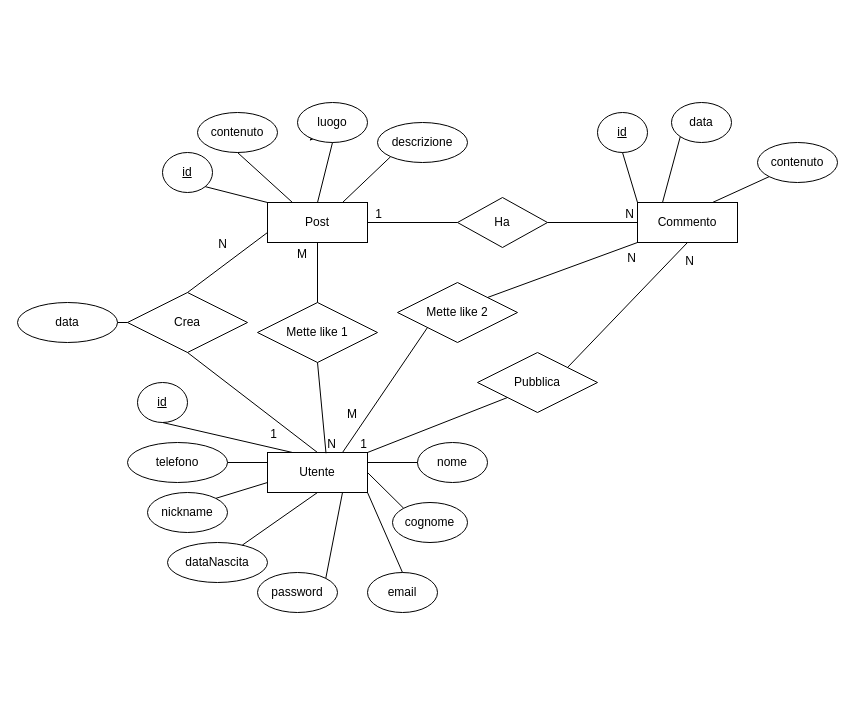
The draw.io diagram page "Page-1" (1 of 2) of diagrams/DB Sportify.drawio in Francywott/Sportify, before the edit. Source tidied: cells renumbered, new cells numbered last; positions are measured from the earlier drawing's top-left corner, leaving out a move shared by most shapes. Both pictures are drawn from the tidied source at 100%, with x=0, y=0 at pixel (17, 102).
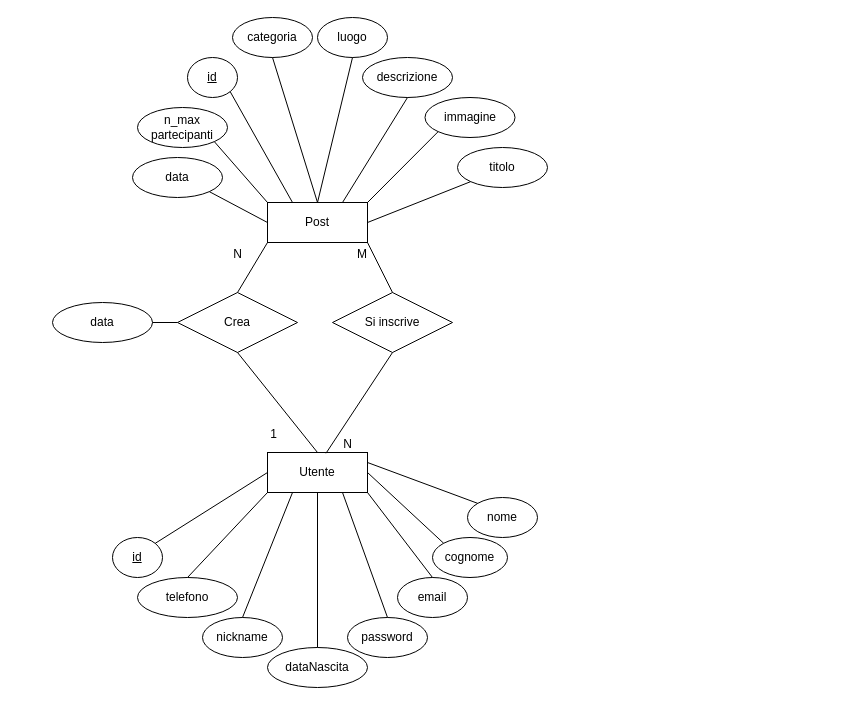
The same page after the edit.

The change refers to these unchanged cells:
```xml
<mxCell id="2" value="Utente" style="whiteSpace=wrap;html=1;align=center;" parent="1" vertex="1">
  <mxGeometry x="250" y="350" width="100" height="40" as="geometry" />
</mxCell>
<mxCell id="22" value="Post" style="whiteSpace=wrap;html=1;align=center;" parent="1" vertex="1">
  <mxGeometry x="250" y="100" width="100" height="40" as="geometry" />
</mxCell>
<mxCell id="37" style="endArrow=none;html=1;rounded=0;entryX=0.585;entryY=0.019;entryDx=0;entryDy=0;entryPerimeter=0;exitX=0.5;exitY=1;exitDx=0;exitDy=0;" parent="1" edge="1" source="36" target="2">
  <mxGeometry relative="1" as="geometry" />
</mxCell>
```

What changed in the source:
```diff
@@
     <mxCell id="3" value="id" style="ellipse;whiteSpace=wrap;html=1;align=center;fontStyle=4;" parent="1" vertex="1">
-      <mxGeometry x="120" y="280" width="50" height="40" as="geometry" />
+      <mxGeometry x="95" y="435" width="50" height="40" as="geometry" />
     </mxCell>
-    <mxCell id="4" style="endArrow=none;html=1;rounded=0;exitX=0.5;exitY=1;exitDx=0;exitDy=0;entryX=0.25;entryY=0;entryDx=0;entryDy=0;" parent="1" edge="1" source="3" target="2">
+    <mxCell id="4" style="endArrow=none;html=1;rounded=0;exitX=1;exitY=0;exitDx=0;exitDy=0;entryX=0;entryY=0.5;entryDx=0;entryDy=0;" parent="1" edge="1" source="3" target="2">
       <mxGeometry relative="1" as="geometry" />
     </mxCell>
     <mxCell id="5" value="nome" style="ellipse;whiteSpace=wrap;html=1;align=center;" parent="1" vertex="1">
-      <mxGeometry x="400" y="340" width="70" height="40" as="geometry" />
+      <mxGeometry x="450" y="395" width="70" height="40" as="geometry" />
     </mxCell>
-    <mxCell id="6" style="endArrow=none;html=1;rounded=0;entryX=0;entryY=0.5;entryDx=0;entryDy=0;exitX=1;exitY=0.25;exitDx=0;exitDy=0;" parent="1" edge="1" source="2" target="5">
+    <mxCell id="6" style="endArrow=none;html=1;rounded=0;entryX=0;entryY=0;entryDx=0;entryDy=0;exitX=1;exitY=0.25;exitDx=0;exitDy=0;" parent="1" edge="1" source="2" target="5">
       <mxGeometry relative="1" as="geometry" />
     </mxCell>
     <mxCell id="7" value="cognome" style="ellipse;whiteSpace=wrap;html=1;align=center;" parent="1" vertex="1">
-      <mxGeometry x="375" y="400" width="75" height="40" as="geometry" />
+      <mxGeometry x="415" y="435" width="75" height="40" as="geometry" />
     </mxCell>
@@
     <mxCell id="9" value="email" style="ellipse;whiteSpace=wrap;html=1;align=center;" parent="1" vertex="1">
-      <mxGeometry x="350" y="470" width="70" height="40" as="geometry" />
+      <mxGeometry x="380" y="475" width="70" height="40" as="geometry" />
     </mxCell>
@@
     <mxCell id="11" value="password" style="ellipse;whiteSpace=wrap;html=1;align=center;" parent="1" vertex="1">
-      <mxGeometry x="240" y="470" width="80" height="40" as="geometry" />
+      <mxGeometry x="330" y="515" width="80" height="40" as="geometry" />
     </mxCell>
-    <mxCell id="12" style="endArrow=none;html=1;rounded=0;entryX=0.75;entryY=1;entryDx=0;entryDy=0;exitX=1;exitY=0;exitDx=0;exitDy=0;" parent="1" edge="1" source="11" target="2">
+    <mxCell id="12" style="endArrow=none;html=1;rounded=0;entryX=0.75;entryY=1;entryDx=0;entryDy=0;exitX=0.5;exitY=0;exitDx=0;exitDy=0;" parent="1" edge="1" source="11" target="2">
       <mxGeometry relative="1" as="geometry" />
     </mxCell>
     <mxCell id="13" value="dataNascita" style="ellipse;whiteSpace=wrap;html=1;align=center;" parent="1" vertex="1">
-      <mxGeometry x="150" y="440" width="100" height="40" as="geometry" />
+      <mxGeometry x="250" y="545" width="100" height="40" as="geometry" />
     </mxCell>
@@
     <mxCell id="15" value="nickname" style="ellipse;whiteSpace=wrap;html=1;align=center;" parent="1" vertex="1">
-      <mxGeometry x="130" y="390" width="80" height="40" as="geometry" />
+      <mxGeometry x="185" y="515" width="80" height="40" as="geometry" />
     </mxCell>
-    <mxCell id="16" style="endArrow=none;html=1;rounded=0;exitX=1;exitY=0;exitDx=0;exitDy=0;entryX=0;entryY=0.75;entryDx=0;entryDy=0;" parent="1" edge="1" source="15" target="2">
-      <mxGeometry relative="1" as="geometry" />
+    <mxCell id="16" style="endArrow=none;html=1;rounded=0;entryX=0.25;entryY=1;entryDx=0;entryDy=0;" parent="1" edge="1" target="2">
+      <mxGeometry relative="1" as="geometry">
+        <mxPoint x="225" y="515" as="sourcePoint" />
+      </mxGeometry>
     </mxCell>
     <mxCell id="17" value="telefono" style="ellipse;whiteSpace=wrap;html=1;align=center;" parent="1" vertex="1">
-      <mxGeometry x="110" y="340" width="100" height="40" as="geometry" />
+      <mxGeometry x="120" y="475" width="100" height="40" as="geometry" />
     </mxCell>
-    <mxCell id="18" style="endArrow=none;html=1;rounded=0;exitX=1;exitY=0.5;exitDx=0;exitDy=0;entryX=0;entryY=0.25;entryDx=0;entryDy=0;" parent="1" edge="1" source="17" target="2">
+    <mxCell id="18" style="endArrow=none;html=1;rounded=0;exitX=0.5;exitY=0;exitDx=0;exitDy=0;entryX=0;entryY=1;entryDx=0;entryDy=0;" parent="1" edge="1" source="17" target="2">
       <mxGeometry relative="1" as="geometry" />
     </mxCell>
     <mxCell id="19" value="Crea" style="shape=rhombus;perimeter=rhombusPerimeter;whiteSpace=wrap;html=1;align=center;" parent="1" vertex="1">
-      <mxGeometry x="110" y="190" width="120" height="60" as="geometry" />
+      <mxGeometry x="160" y="190" width="120" height="60" as="geometry" />
     </mxCell>
     <mxCell id="20" value="data" style="ellipse;whiteSpace=wrap;html=1;align=center;" parent="1" vertex="1">
-      <mxGeometry y="200" width="100" height="40" as="geometry" />
+      <mxGeometry x="35" y="200" width="100" height="40" as="geometry" />
     </mxCell>
@@
-    <mxCell id="25" style="endArrow=none;html=1;rounded=0;entryX=0;entryY=0.75;entryDx=0;entryDy=0;exitX=0.5;exitY=0;exitDx=0;exitDy=0;" parent="1" edge="1" source="19" target="22">
+    <mxCell id="25" style="endArrow=none;html=1;rounded=0;entryX=0;entryY=1;entryDx=0;entryDy=0;exitX=0.5;exitY=0;exitDx=0;exitDy=0;" parent="1" edge="1" source="19" target="22">
       <mxGeometry relative="1" as="geometry" />
     </mxCell>
     <mxCell id="26" value="N" style="html=1;align=right;verticalAlign=bottom;" parent="25" vertex="1">
       <mxGeometry x="1" relative="1" as="geometry">
-        <mxPoint x="-40" y="20" as="offset" />
+        <mxPoint x="-25" y="20" as="offset" />
       </mxGeometry>
     </mxCell>
     <mxCell id="27" value="id" style="ellipse;whiteSpace=wrap;html=1;align=center;fontStyle=4;" parent="1" vertex="1">
-      <mxGeometry x="145" y="50" width="50" height="40" as="geometry" />
+      <mxGeometry x="170" y="-45" width="50" height="40" as="geometry" />
     </mxCell>
-    <mxCell id="28" style="endArrow=none;html=1;rounded=0;entryX=1;entryY=1;entryDx=0;entryDy=0;exitX=0;exitY=0;exitDx=0;exitDy=0;" parent="1" edge="1" source="22" target="27">
+    <mxCell id="28" style="endArrow=none;html=1;rounded=0;entryX=1;entryY=1;entryDx=0;entryDy=0;exitX=0.25;exitY=0;exitDx=0;exitDy=0;" parent="1" edge="1" source="22" target="27">
       <mxGeometry relative="1" as="geometry" />
     </mxCell>
-    <mxCell id="29" value="contenuto" style="ellipse;whiteSpace=wrap;html=1;align=center;" parent="1" vertex="1">
-      <mxGeometry x="180" y="10" width="80" height="40" as="geometry" />
+    <mxCell id="29" value="categoria" style="ellipse;whiteSpace=wrap;html=1;align=center;" parent="1" vertex="1">
+      <mxGeometry x="215" y="-85" width="80" height="40" as="geometry" />
     </mxCell>
-    <mxCell id="30" style="endArrow=none;html=1;rounded=0;entryX=0.5;entryY=1;entryDx=0;entryDy=0;exitX=0.25;exitY=0;exitDx=0;exitDy=0;" parent="1" edge="1" source="22" target="29">
+    <mxCell id="30" style="endArrow=none;html=1;rounded=0;entryX=0.5;entryY=1;entryDx=0;entryDy=0;exitX=0.5;exitY=0;exitDx=0;exitDy=0;" parent="1" edge="1" source="22" target="29">
       <mxGeometry relative="1" as="geometry" />
     </mxCell>
-    <mxCell id="31" style="edgeStyle=orthogonalEdgeStyle;rounded=0;jettySize=auto;html=1;exitX=0;exitY=1;exitDx=0;exitDy=0;" parent="1" edge="1" source="32">
-      <mxGeometry relative="1" as="geometry">
-        <mxPoint x="300.9" y="34.6" as="targetPoint" />
-      </mxGeometry>
-    </mxCell>
     <mxCell id="32" value="luogo" style="ellipse;whiteSpace=wrap;html=1;align=center;" parent="1" vertex="1">
-      <mxGeometry x="280" width="70" height="40" as="geometry" />
+      <mxGeometry x="300" y="-85" width="70" height="40" as="geometry" />
     </mxCell>
@@
     <mxCell id="34" value="descrizione" style="ellipse;whiteSpace=wrap;html=1;align=center;" parent="1" vertex="1">
-      <mxGeometry x="360" y="20" width="90" height="40" as="geometry" />
+      <mxGeometry x="345" y="-45" width="90" height="40" as="geometry" />
     </mxCell>
-    <mxCell id="35" style="endArrow=none;html=1;rounded=0;exitX=0.75;exitY=0;exitDx=0;exitDy=0;entryX=0;entryY=1;entryDx=0;entryDy=0;" parent="1" edge="1" source="22" target="34">
+    <mxCell id="35" style="endArrow=none;html=1;rounded=0;exitX=0.75;exitY=0;exitDx=0;exitDy=0;entryX=0.5;entryY=1;entryDx=0;entryDy=0;" parent="1" edge="1" source="22" target="34">
       <mxGeometry relative="1" as="geometry" />
     </mxCell>
-    <mxCell id="36" value="Mette like 1" style="shape=rhombus;perimeter=rhombusPerimeter;whiteSpace=wrap;html=1;align=center;" parent="1" vertex="1">
-      <mxGeometry x="240" y="200" width="120" height="60" as="geometry" />
+    <mxCell id="36" value="Si inscrive" style="shape=rhombus;perimeter=rhombusPerimeter;whiteSpace=wrap;html=1;align=center;" parent="1" vertex="1">
+      <mxGeometry x="315" y="190" width="120" height="60" as="geometry" />
     </mxCell>
@@
     <mxCell id="38" value="N" style="html=1;align=right;verticalAlign=bottom;" parent="37" vertex="1">
       <mxGeometry x="1" relative="1" as="geometry">
-        <mxPoint x="11" y="-1" as="offset" />
+        <mxPoint x="27" y="-1" as="offset" />
       </mxGeometry>
     </mxCell>
-    <mxCell id="39" style="endArrow=none;html=1;rounded=0;entryX=0.5;entryY=1;entryDx=0;entryDy=0;exitX=0.5;exitY=0;exitDx=0;exitDy=0;" parent="1" edge="1" source="36" target="22">
+    <mxCell id="39" style="endArrow=none;html=1;rounded=0;entryX=1;entryY=1;entryDx=0;entryDy=0;exitX=0.5;exitY=0;exitDx=0;exitDy=0;" parent="1" edge="1" source="36" target="22">
       <mxGeometry relative="1" as="geometry" />
     </mxCell>
     <mxCell id="40" value="M" style="html=1;align=right;verticalAlign=bottom;" parent="39" vertex="1">
       <mxGeometry x="1" relative="1" as="geometry">
-        <mxPoint x="-10" y="20" as="offset" />
+        <mxPoint y="20" as="offset" />
       </mxGeometry>
     </mxCell>
-    <mxCell id="41" value="Ha" style="shape=rhombus;perimeter=rhombusPerimeter;whiteSpace=wrap;html=1;align=center;" parent="1" vertex="1">
-      <mxGeometry x="440" y="95" width="90" height="50" as="geometry" />
-    </mxCell>
-    <mxCell id="42" value="Commento" style="whiteSpace=wrap;html=1;align=center;" parent="1" vertex="1">
-      <mxGeometry x="620" y="100" width="100" height="40" as="geometry" />
-    </mxCell>
-    <mxCell id="43" style="endArrow=none;html=1;rounded=0;entryX=1;entryY=0.5;entryDx=0;entryDy=0;exitX=0;exitY=0.5;exitDx=0;exitDy=0;" parent="1" edge="1" source="41" target="22">
-      <mxGeometry relative="1" as="geometry" />
-    </mxCell>
-    <mxCell id="44" value="1" style="html=1;align=right;verticalAlign=bottom;" parent="43" vertex="1">
-      <mxGeometry x="1" relative="1" as="geometry">
-        <mxPoint x="15" as="offset" />
-      </mxGeometry>
-    </mxCell>
-    <mxCell id="45" style="endArrow=none;html=1;rounded=0;entryX=0;entryY=0.5;entryDx=0;entryDy=0;exitX=1;exitY=0.5;exitDx=0;exitDy=0;" parent="1" edge="1" source="41" target="42">
-      <mxGeometry relative="1" as="geometry" />
-    </mxCell>
-    <mxCell id="46" value="N" style="html=1;align=right;verticalAlign=bottom;" parent="45" vertex="1">
-      <mxGeometry x="1" relative="1" as="geometry">
-        <mxPoint x="-3" as="offset" />
-      </mxGeometry>
-    </mxCell>
-    <mxCell id="47" value="id" style="ellipse;whiteSpace=wrap;html=1;align=center;fontStyle=4;" parent="1" vertex="1">
-      <mxGeometry x="580" y="10" width="50" height="40" as="geometry" />
-    </mxCell>
-    <mxCell id="48" style="endArrow=none;html=1;rounded=0;entryX=0.5;entryY=1;entryDx=0;entryDy=0;exitX=0;exitY=0;exitDx=0;exitDy=0;" parent="1" edge="1" source="42" target="47">
-      <mxGeometry relative="1" as="geometry" />
-    </mxCell>
+    <mxCell id="63" value="immagine" style="ellipse;whiteSpace=wrap;html=1;align=center;" parent="1" vertex="1">
+      <mxGeometry x="407.5" y="-5" width="90" height="40" as="geometry" />
+    </mxCell>
+    <mxCell id="64" style="endArrow=none;html=1;rounded=0;exitX=1;exitY=0;exitDx=0;exitDy=0;entryX=0;entryY=1;entryDx=0;entryDy=0;" parent="1" edge="1" source="22" target="63">
+      <mxGeometry relative="1" as="geometry" />
+    </mxCell>
+    <mxCell id="65" value="titolo" style="ellipse;whiteSpace=wrap;html=1;align=center;" parent="1" vertex="1">
+      <mxGeometry x="440" y="45" width="90" height="40" as="geometry" />
+    </mxCell>
     <mxCell id="49" value="data" style="ellipse;whiteSpace=wrap;html=1;align=center;" parent="1" vertex="1">
-      <mxGeometry x="654" width="60" height="40" as="geometry" />
+      <mxGeometry x="115" y="55" width="90" height="40" as="geometry" />
     </mxCell>
-    <mxCell id="50" style="endArrow=none;html=1;rounded=0;entryX=0;entryY=1;entryDx=0;entryDy=0;exitX=0.25;exitY=0;exitDx=0;exitDy=0;" parent="1" edge="1" source="42" target="49">
-      <mxGeometry relative="1" as="geometry" />
-    </mxCell>
-    <mxCell id="51" value="contenuto" style="ellipse;whiteSpace=wrap;html=1;align=center;" parent="1" vertex="1">
-      <mxGeometry x="740" y="40" width="80" height="40" as="geometry" />
-    </mxCell>
-    <mxCell id="52" style="endArrow=none;html=1;rounded=0;entryX=0;entryY=1;entryDx=0;entryDy=0;exitX=0.75;exitY=0;exitDx=0;exitDy=0;" parent="1" edge="1" source="42" target="51">
-      <mxGeometry relative="1" as="geometry" />
-    </mxCell>
-    <mxCell id="53" value="Mette like 2" style="shape=rhombus;perimeter=rhombusPerimeter;whiteSpace=wrap;html=1;align=center;" parent="1" vertex="1">
-      <mxGeometry x="380" y="180" width="120" height="60" as="geometry" />
-    </mxCell>
-    <mxCell id="54" style="endArrow=none;html=1;rounded=0;exitX=1;exitY=0;exitDx=0;exitDy=0;entryX=0;entryY=1;entryDx=0;entryDy=0;" parent="1" edge="1" source="53" target="42">
-      <mxGeometry relative="1" as="geometry" />
-    </mxCell>
-    <mxCell id="55" value="N" style="html=1;align=right;verticalAlign=bottom;" parent="54" vertex="1">
-      <mxGeometry x="1" relative="1" as="geometry">
-        <mxPoint x="-1" y="24" as="offset" />
-      </mxGeometry>
-    </mxCell>
-    <mxCell id="56" style="endArrow=none;html=1;rounded=0;entryX=0.75;entryY=0;entryDx=0;entryDy=0;exitX=0;exitY=1;exitDx=0;exitDy=0;" parent="1" edge="1" source="53" target="2">
-      <mxGeometry relative="1" as="geometry" />
-    </mxCell>
-    <mxCell id="57" value="M" style="html=1;align=right;verticalAlign=bottom;" parent="56" vertex="1">
-      <mxGeometry x="1" relative="1" as="geometry">
-        <mxPoint x="15" y="-30" as="offset" />
-      </mxGeometry>
-    </mxCell>
-    <mxCell id="58" value="Pubblica" style="shape=rhombus;perimeter=rhombusPerimeter;whiteSpace=wrap;html=1;align=center;" parent="1" vertex="1">
-      <mxGeometry x="460" y="250" width="120" height="60" as="geometry" />
-    </mxCell>
-    <mxCell id="59" style="endArrow=none;html=1;rounded=0;entryX=1;entryY=0;entryDx=0;entryDy=0;exitX=0;exitY=1;exitDx=0;exitDy=0;" parent="1" edge="1" source="58" target="2">
-      <mxGeometry relative="1" as="geometry" />
-    </mxCell>
-    <mxCell id="60" value="1" style="html=1;align=right;verticalAlign=bottom;" parent="59" vertex="1">
-      <mxGeometry x="1" relative="1" as="geometry" />
-    </mxCell>
-    <mxCell id="61" style="endArrow=none;html=1;rounded=0;entryX=0.5;entryY=1;entryDx=0;entryDy=0;exitX=1;exitY=0;exitDx=0;exitDy=0;" parent="1" edge="1" source="58" target="42">
-      <mxGeometry relative="1" as="geometry" />
-    </mxCell>
-    <mxCell id="62" value="N" style="html=1;align=right;verticalAlign=bottom;" parent="61" vertex="1">
-      <mxGeometry x="1" relative="1" as="geometry">
-        <mxPoint x="7" y="27" as="offset" />
-      </mxGeometry>
-    </mxCell>
+    <mxCell id="66" value="n_max partecipanti" style="ellipse;whiteSpace=wrap;html=1;align=center;" parent="1" vertex="1">
+      <mxGeometry x="120" y="5" width="90" height="40" as="geometry" />
+    </mxCell>
+    <mxCell id="67" style="endArrow=none;html=1;rounded=0;entryX=1;entryY=1;entryDx=0;entryDy=0;exitX=0;exitY=0;exitDx=0;exitDy=0;" parent="1" edge="1" source="22" target="66">
+      <mxGeometry relative="1" as="geometry" />
+    </mxCell>
+    <mxCell id="68" style="endArrow=none;html=1;rounded=0;entryX=1;entryY=1;entryDx=0;entryDy=0;exitX=0;exitY=0.5;exitDx=0;exitDy=0;" parent="1" edge="1" source="22" target="49">
+      <mxGeometry relative="1" as="geometry" />
+    </mxCell>
+    <mxCell id="69" style="endArrow=none;html=1;rounded=0;entryX=1;entryY=0.5;entryDx=0;entryDy=0;exitX=0;exitY=1;exitDx=0;exitDy=0;" parent="1" edge="1" source="65" target="22">
+      <mxGeometry relative="1" as="geometry" />
+    </mxCell>
```
